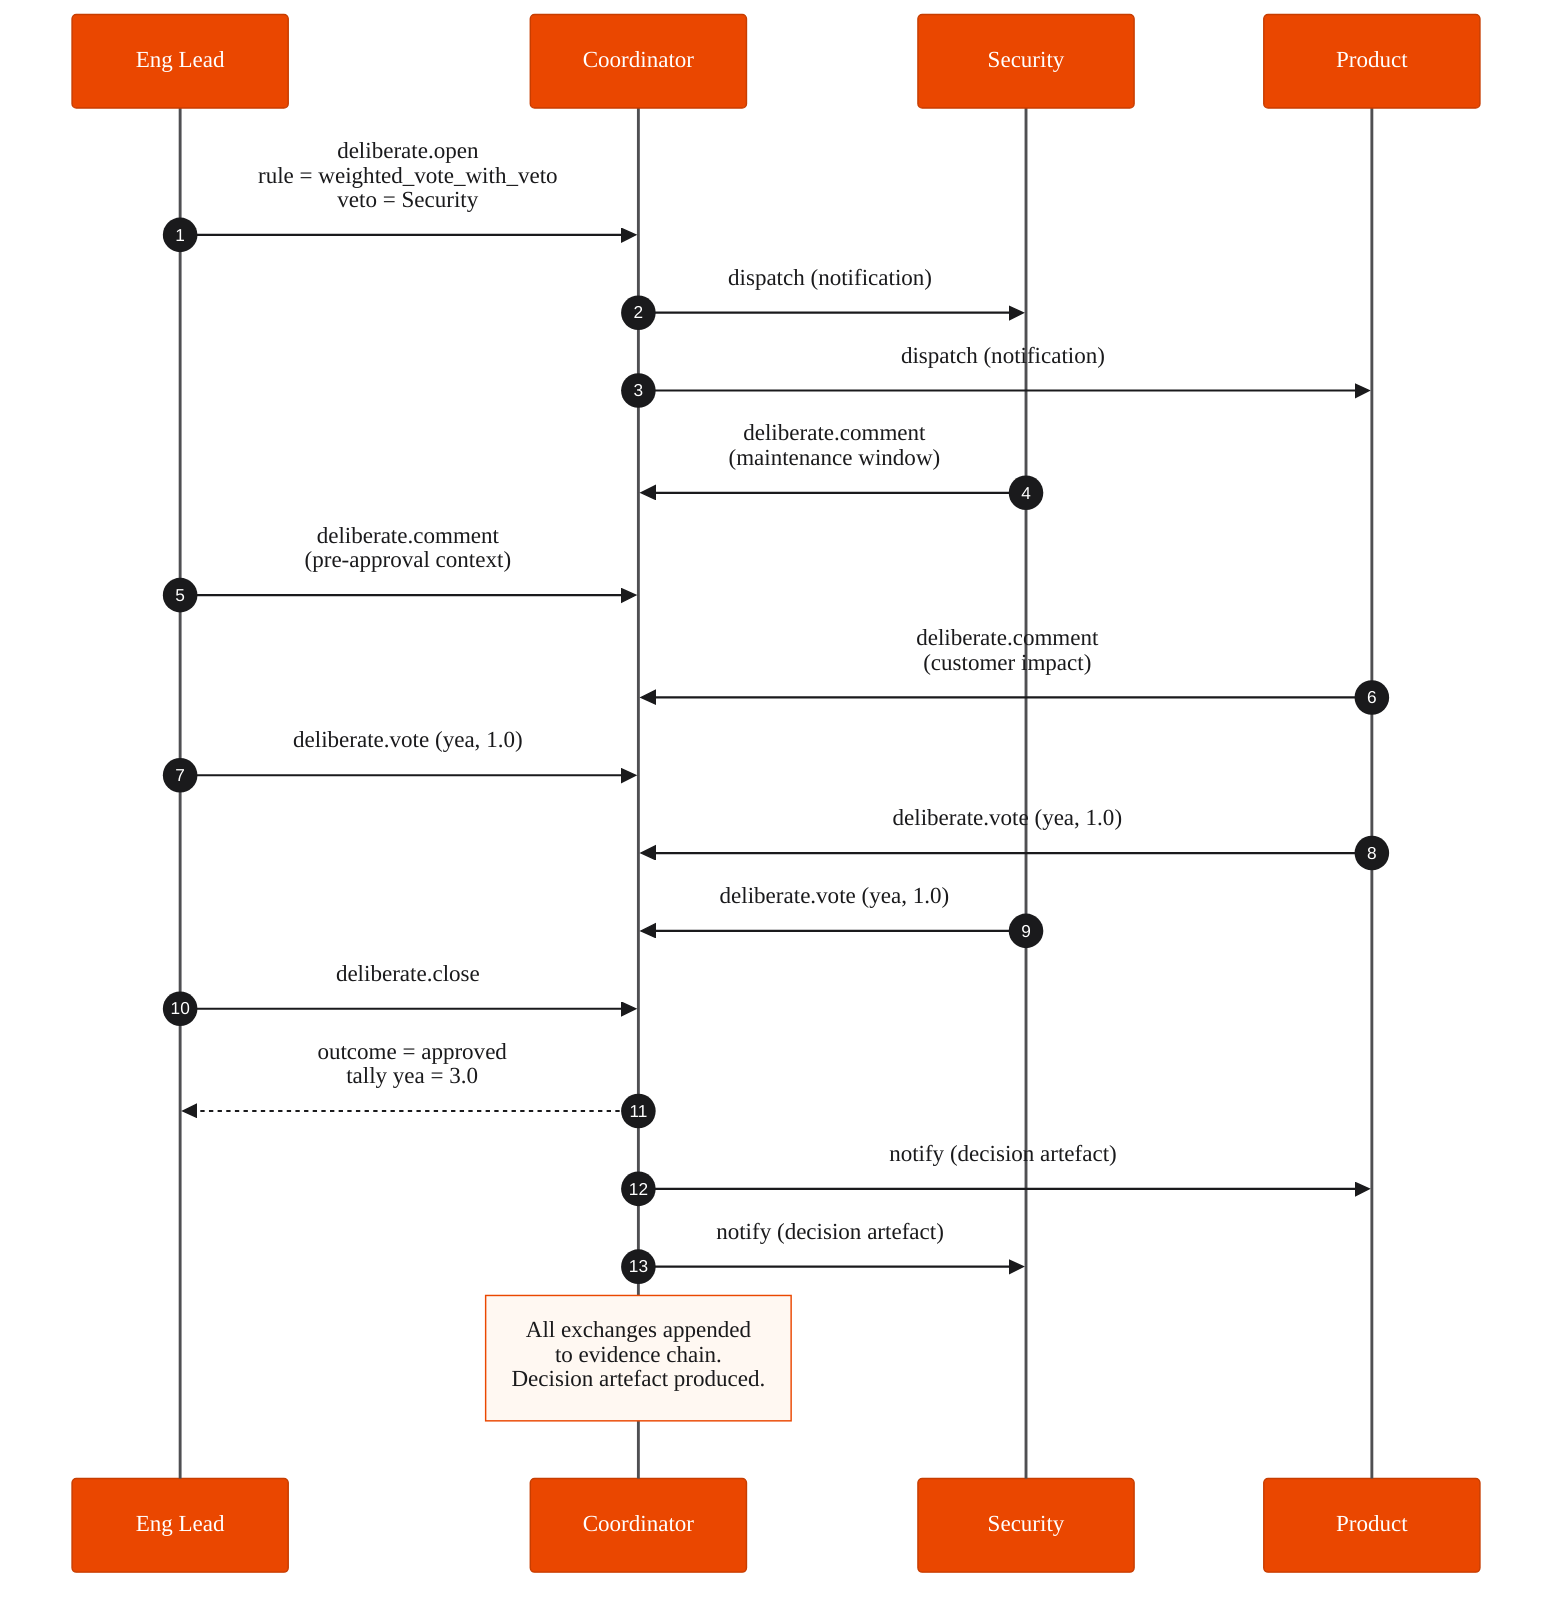
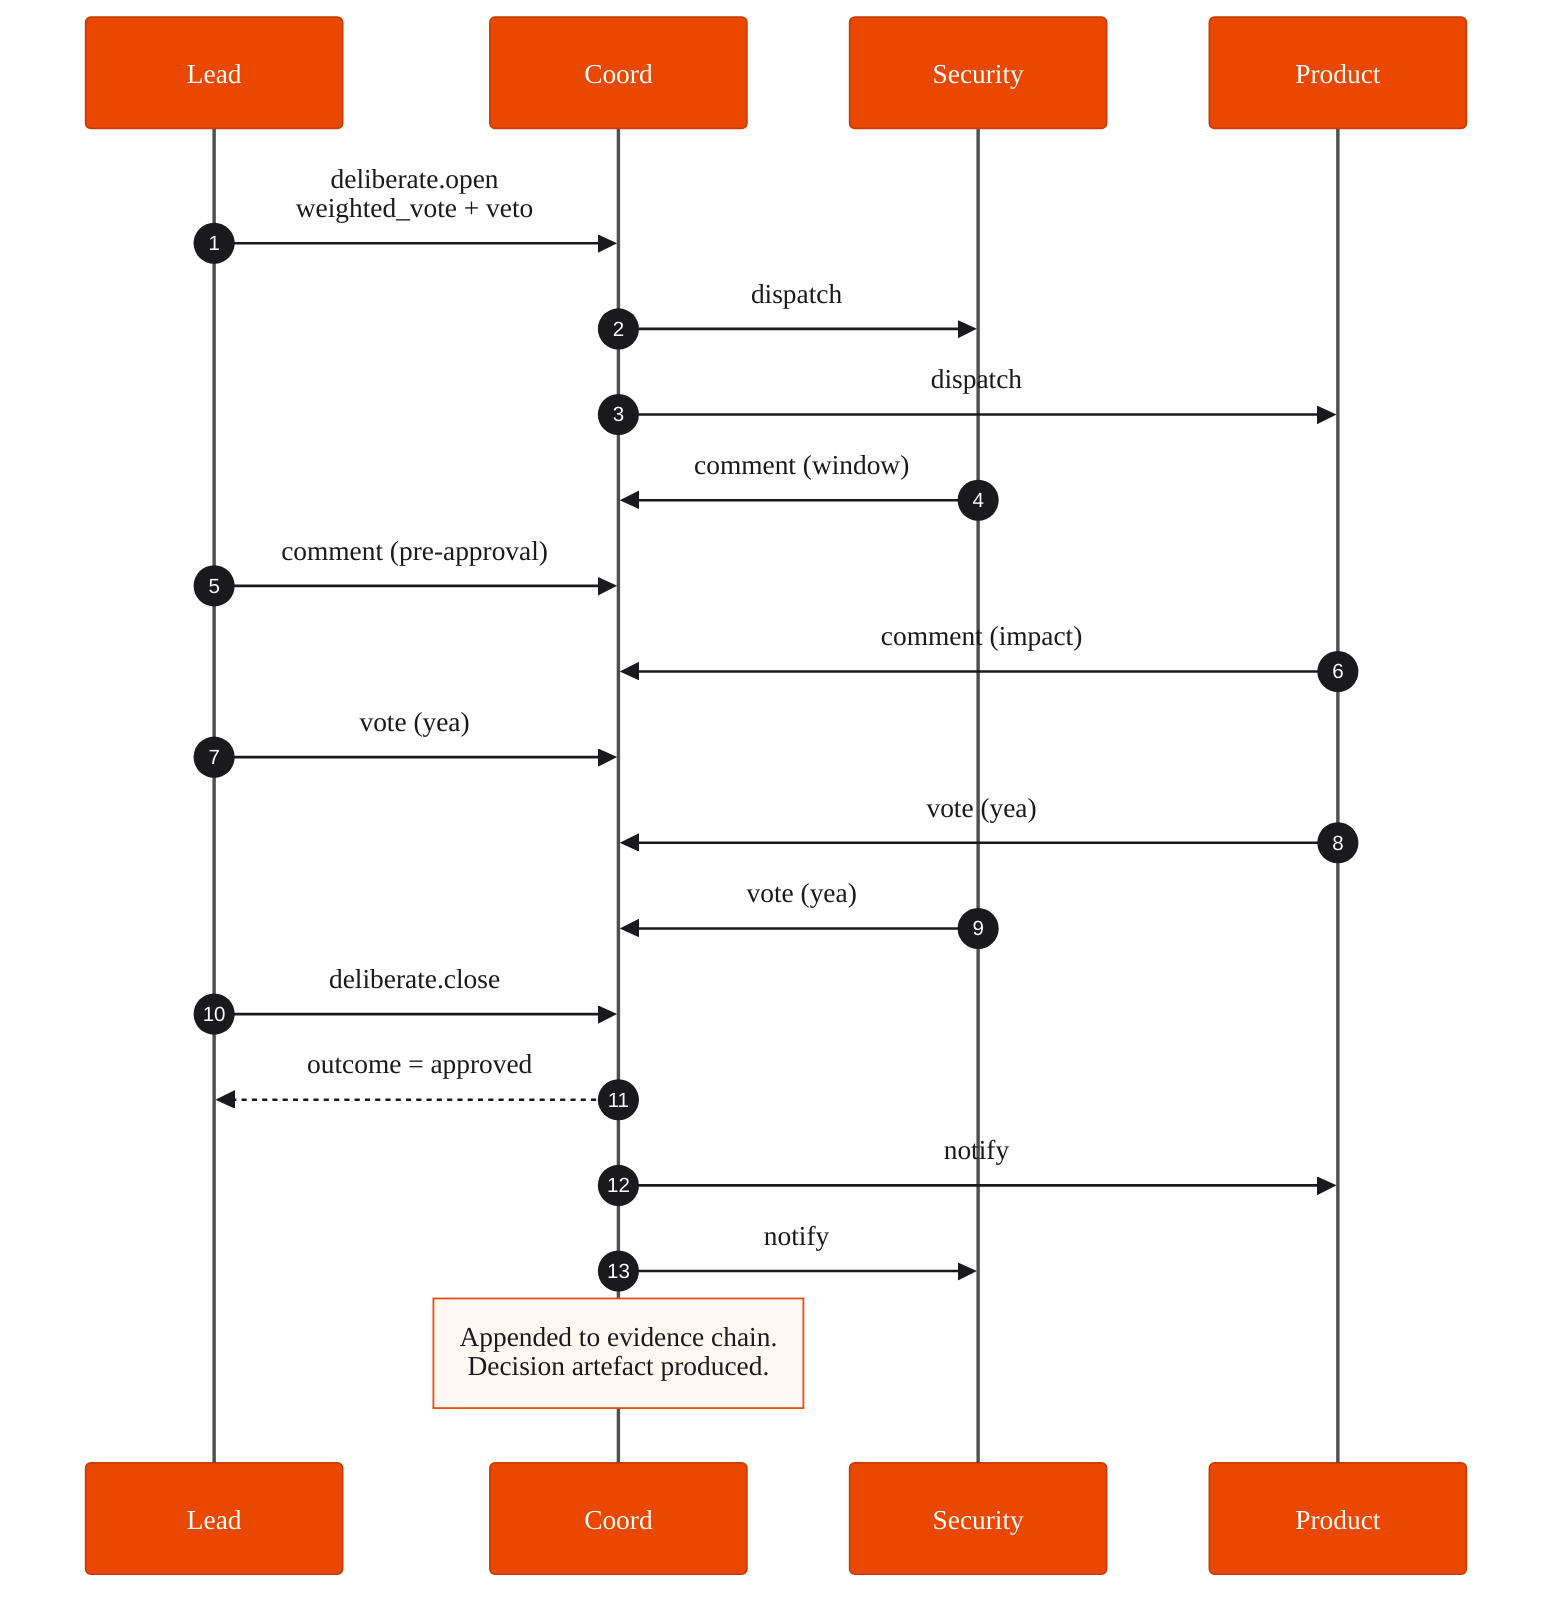
%%{init: {
  "theme": "base",
  "themeVariables": {
-     "fontSize": "22px",
+     "fontSize": "20px",
    "fontFamily": "Arial, Helvetica, sans-serif",
    "primaryColor": "#ffffff",
    "primaryTextColor": "#1a1a1c",
    "primaryBorderColor": "#1a1a1c",
    "lineColor": "#4f4f52",
    "actorBkg": "#EA4700",
    "actorTextColor": "#ffffff",
    "actorBorder": "#C73D00",
    "actorLineColor": "#4f4f52",
    "noteBkgColor": "#FFF8F2",
    "noteTextColor": "#1a1a1c",
    "noteBorderColor": "#EA4700",
    "labelTextColor": "#1a1a1c",
    "sequenceNumberColor": "#ffffff",
    "signalColor": "#1a1a1c",
    "signalTextColor": "#1a1a1c"
  },
-   "sequence": { "actorMargin": 90, "messageMargin": 50, "noteMargin": 18, "boxMargin": 20 }
+   "sequence": { "actorMargin": 60, "messageMargin": 40, "noteMargin": 15, "boxMargin": 16 }
}}%%
sequenceDiagram
    autonumber
-     participant L as Eng Lead
-     participant C as Coordinator
+     participant L as Lead
+     participant C as Coord
    participant S as Security
    participant P as Product

-     L->>C: deliberate.open<br/>rule = weighted_vote_with_veto<br/>veto = Security
-     C->>S: dispatch (notification)
-     C->>P: dispatch (notification)
-     S->>C: deliberate.comment<br/>(maintenance window)
-     L->>C: deliberate.comment<br/>(pre-approval context)
-     P->>C: deliberate.comment<br/>(customer impact)
-     L->>C: deliberate.vote (yea, 1.0)
-     P->>C: deliberate.vote (yea, 1.0)
-     S->>C: deliberate.vote (yea, 1.0)
+     L->>C: deliberate.open<br/>weighted_vote + veto
+     C->>S: dispatch
+     C->>P: dispatch
+     S->>C: comment (window)
+     L->>C: comment (pre-approval)
+     P->>C: comment (impact)
+     L->>C: vote (yea)
+     P->>C: vote (yea)
+     S->>C: vote (yea)
    L->>C: deliberate.close
-     C-->>L: outcome = approved<br/>tally yea = 3.0
-     C->>P: notify (decision artefact)
-     C->>S: notify (decision artefact)
-     Note over C: All exchanges appended<br/>to evidence chain.<br/>Decision artefact produced.
+     C-->>L: outcome = approved
+     C->>P: notify
+     C->>S: notify
+     Note over C: Appended to evidence chain.<br/>Decision artefact produced.
